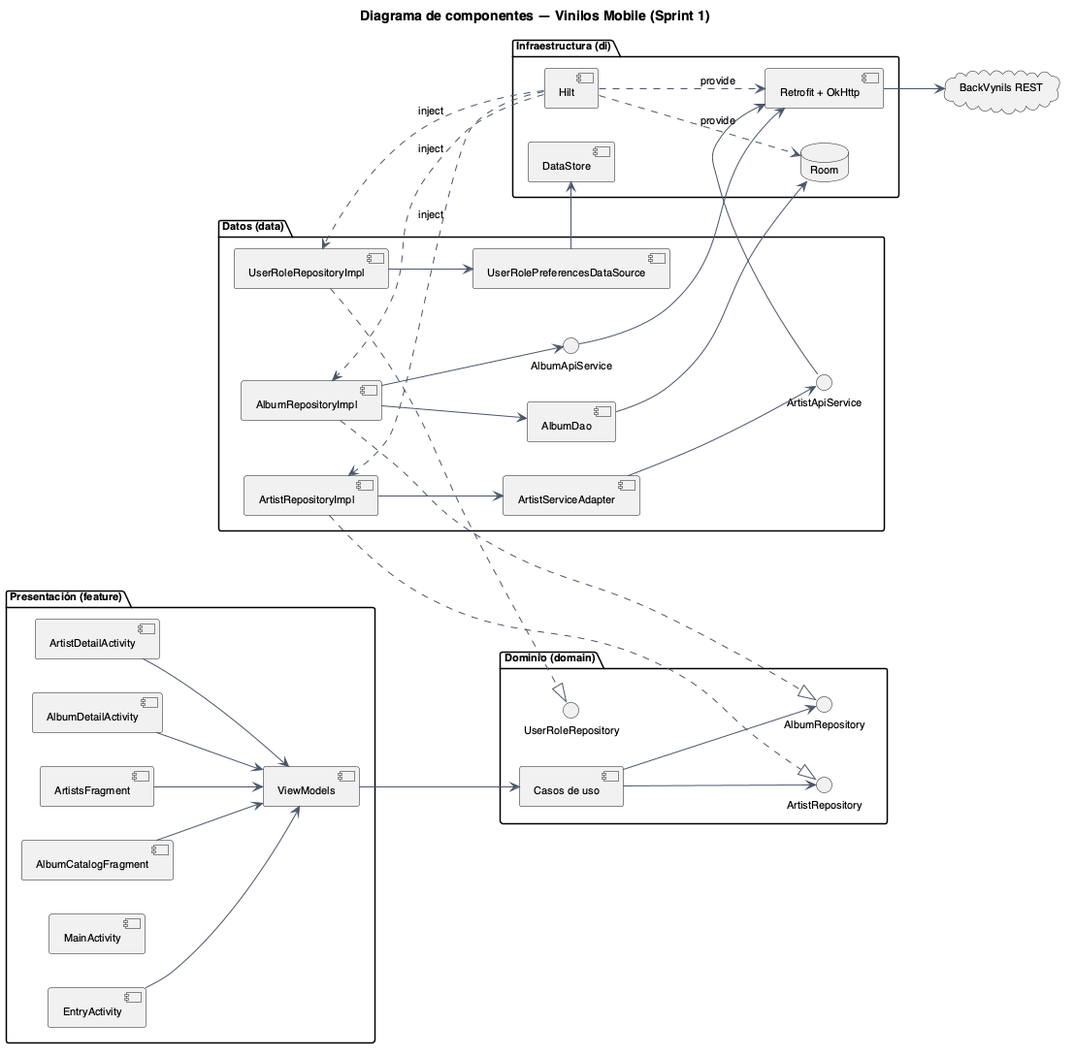
Earlier version of the PlantUML export docs/diagramas/02-componentes.png (jhonospina2711/MISW4201-202615-Vinilos-Mobile-Grupo13). Its diagram source:
```plantuml
@startuml 02-componentes
title Diagrama de componentes — Vinilos Mobile (Sprint 1)
skinparam componentStyle uml2
skinparam shadowing false
skinparam arrowColor #4A5568
skinparam defaultFontName Helvetica
skinparam defaultFontSize 11
left to right direction

package "Presentación (feature)" {
  component "EntryActivity" as entry
  component "MainActivity" as main
  component "AlbumCatalogFragment" as fragAlbums
  component "ArtistsFragment" as fragArtists
  component "AlbumDetailActivity" as actAlbum
  component "ArtistDetailActivity" as actArtist
  component "ViewModels" as vms
}

package "Dominio (domain)" {
  component "Casos de uso" as usecases
  interface "AlbumRepository" as IAlbumRepo
  interface "ArtistRepository" as IArtistRepo
  interface "UserRoleRepository" as IUserRoleRepo
}

package "Datos (data)" {
  component "AlbumRepositoryImpl" as albumRepoImpl
  component "ArtistRepositoryImpl" as artistRepoImpl
  component "UserRoleRepositoryImpl" as userRoleRepoImpl
  component "ArtistServiceAdapter" as serviceAdapter
  interface "AlbumApiService" as IAlbumApi
  interface "ArtistApiService" as IArtistApi
  component "AlbumDao" as albumDao
  component "UserRolePreferencesDataSource" as prefs
}

package "Infraestructura (di)" {
  component "Retrofit + OkHttp" as http
  database "Room" as room
  component "DataStore" as dataStore
  component "Hilt" as hilt
}

cloud "BackVynils REST" as backend

entry --> vms
fragAlbums --> vms
fragArtists --> vms
actAlbum --> vms
actArtist --> vms

vms --> usecases
usecases --> IAlbumRepo
usecases --> IArtistRepo

albumRepoImpl ..|> IAlbumRepo
artistRepoImpl ..|> IArtistRepo
userRoleRepoImpl ..|> IUserRoleRepo

albumRepoImpl --> IAlbumApi
artistRepoImpl --> serviceAdapter
serviceAdapter --> IArtistApi
albumRepoImpl --> albumDao
userRoleRepoImpl --> prefs

IAlbumApi --> http
IArtistApi --> http
albumDao --> room
prefs --> dataStore
http --> backend

hilt ..> albumRepoImpl : «inject»
hilt ..> artistRepoImpl : «inject»
hilt ..> userRoleRepoImpl : «inject»
hilt ..> http : «provide»
hilt ..> room : «provide»

@enduml
```
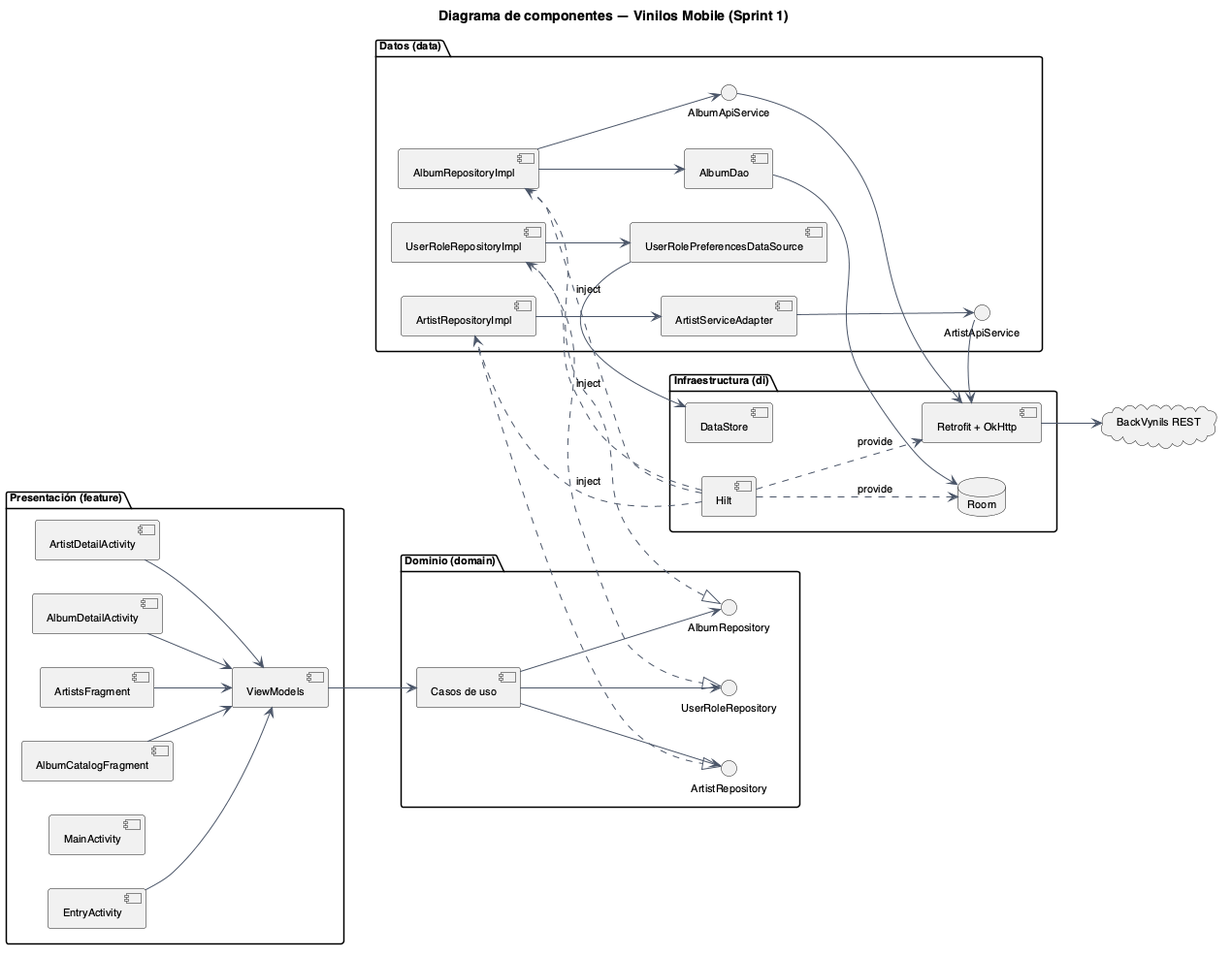
The same file after the commit.

Diff of the diagram source:
```diff
@@ -53,6 +53,7 @@
 vms --> usecases
 usecases --> IAlbumRepo
 usecases --> IArtistRepo
+usecases --> IUserRoleRepo
 
 albumRepoImpl ..|> IAlbumRepo
 artistRepoImpl ..|> IArtistRepo
```
